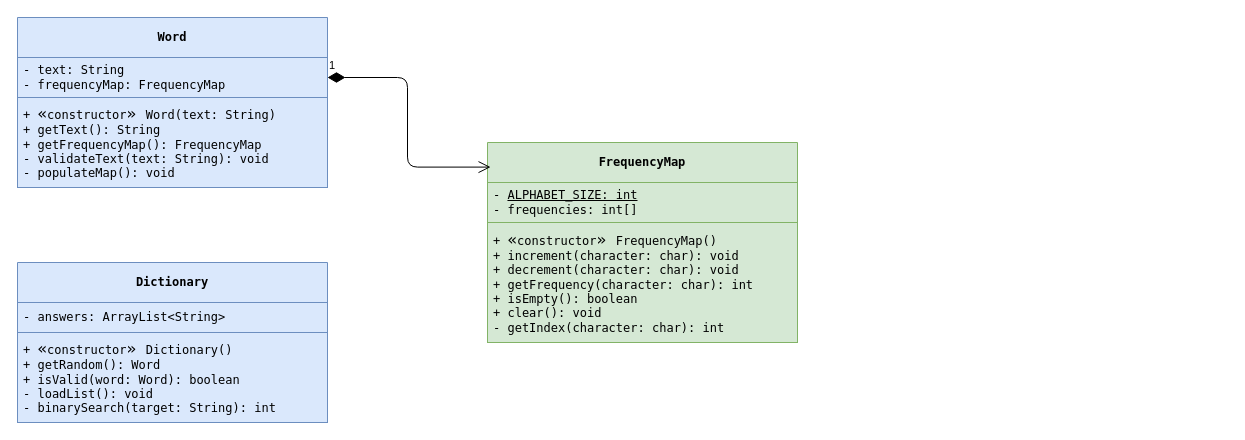
This is assets/wordle-class-diagram.drawio from actuallyhollow/basic-wordle-java, a draw.io file, before an edit. Source tidied: cells renumbered, new cells numbered last; positions are measured from the earlier drawing's top-left corner, leaving out a move shared by most shapes. Both pictures are drawn from the tidied source at 100%, with x=0, y=0 at pixel (17, 17).
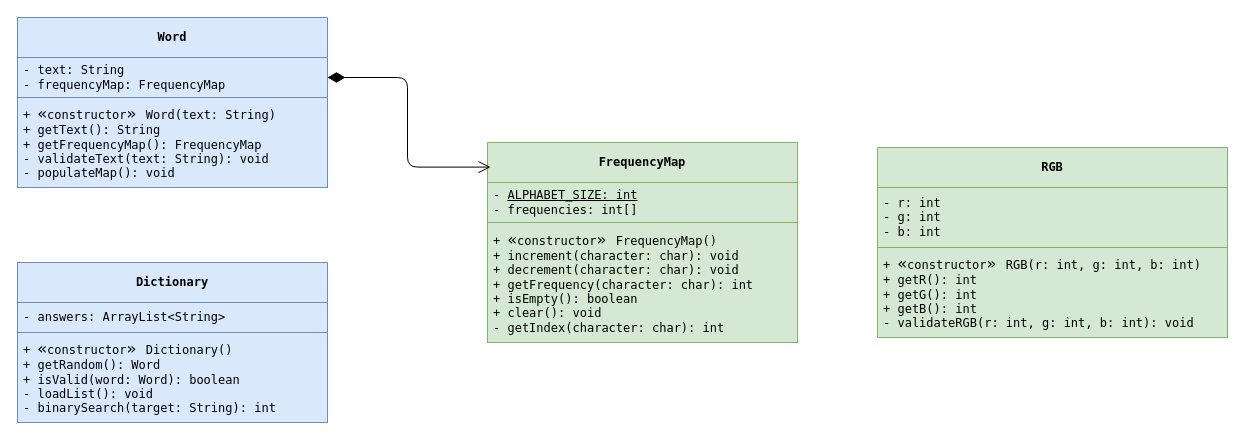
After the change.

Commit message (it also covers changes not shown here):
docs: update README and UML for RGB

* Update README file tree to include RGB and its test suite.
* Expand UML class diagram to detail RGB architecture.
* Export new SVG image to ensure visual assets reflect latest changes.
* Remove stray "1" at the Word-FrequencyMap composition's diamond tip.

Change to the diagram source:
```diff
@@
 <mxGraphModel>
   <root>
     <mxCell id="0" />
     <mxCell id="1" parent="0" />
     <mxCell id="2" value="&lt;div&gt;&lt;span style=&quot;background-color: transparent;&quot;&gt;&lt;font style=&quot;&quot; face=&quot;Menlo, Monaco, 'Courier New', monospace&quot;&gt;FrequencyMap&lt;/font&gt;&lt;/span&gt;&lt;/div&gt;" style="swimlane;fontStyle=1;align=center;verticalAlign=middle;horizontal=1;startSize=40;whiteSpace=wrap;html=1;fillColor=#d5e8d4;strokeColor=#82b366;fontColor=light-dark(#000000,#FFFFFF);" parent="1" vertex="1">
       <mxGeometry x="470" y="125" width="310" height="200" as="geometry" />
     </mxCell>
     <mxCell id="3" value="&lt;div&gt;&lt;font face=&quot;Menlo, Monaco, 'Courier New', monospace&quot;&gt;- &lt;u&gt;ALPHABET_SIZE: int&lt;/u&gt;&lt;/font&gt;&lt;/div&gt;&lt;div&gt;&lt;font face=&quot;Menlo, Monaco, 'Courier New', monospace&quot;&gt;- frequencies: int[]&lt;/font&gt;&lt;/div&gt;" style="text;align=left;verticalAlign=middle;spacingLeft=4;spacingRight=4;overflow=hidden;whiteSpace=wrap;html=1;fillColor=#d5e8d4;strokeColor=#82b366;" parent="2" vertex="1">
       <mxGeometry y="40" width="310" height="40" as="geometry" />
     </mxCell>
     <mxCell id="4" value="&lt;div&gt;+&amp;nbsp;&lt;span style=&quot;background-color: transparent; scrollbar-color: rgb(75, 75, 75) rgb(27, 29, 30); font-size: medium; caret-color: rgb(0, 0, 0);&quot;&gt;«&lt;/span&gt;&lt;span style=&quot;background-color: transparent; scrollbar-color: rgb(75, 75, 75) rgb(27, 29, 30); text-align: center;&quot;&gt;constructor&lt;/span&gt;&lt;span style=&quot;background-color: transparent; scrollbar-color: rgb(75, 75, 75) rgb(27, 29, 30); font-size: medium; caret-color: rgb(0, 0, 0);&quot;&gt;&lt;font face=&quot;Menlo, Monaco, 'Courier New', monospace&quot;&gt;»&amp;nbsp;&lt;/font&gt;&lt;/span&gt;&lt;span style=&quot;background-color: transparent;&quot;&gt;FrequencyMap()&lt;/span&gt;&lt;/div&gt;&lt;div&gt;&lt;span style=&quot;background-color: transparent;&quot;&gt;+ increment(character: char): void&lt;/span&gt;&lt;/div&gt;&lt;div&gt;&lt;div style=&quot;scrollbar-color: rgb(75, 75, 75) rgb(27, 29, 30);&quot;&gt;&lt;span style=&quot;scrollbar-color: rgb(75, 75, 75) rgb(27, 29, 30); background-color: transparent;&quot;&gt;+ decrement(character: char): void&lt;/span&gt;&lt;/div&gt;&lt;div style=&quot;scrollbar-color: rgb(75, 75, 75) rgb(27, 29, 30);&quot;&gt;&lt;span style=&quot;scrollbar-color: rgb(75, 75, 75) rgb(27, 29, 30);&quot;&gt;&lt;/span&gt;&lt;/div&gt;&lt;/div&gt;&lt;div style=&quot;scrollbar-color: rgb(75, 75, 75) rgb(27, 29, 30);&quot;&gt;&lt;span style=&quot;scrollbar-color: rgb(75, 75, 75) rgb(27, 29, 30);&quot;&gt;&lt;div style=&quot;scrollbar-color: rgb(75, 75, 75) rgb(27, 29, 30);&quot;&gt;&lt;span style=&quot;background-color: transparent;&quot;&gt;+ getFrequency(&lt;/span&gt;&lt;span style=&quot;background-color: transparent;&quot;&gt;character: char&lt;/span&gt;&lt;span style=&quot;background-color: transparent;&quot;&gt;): int&lt;/span&gt;&lt;/div&gt;&lt;div style=&quot;scrollbar-color: rgb(75, 75, 75) rgb(27, 29, 30);&quot;&gt;&lt;span style=&quot;scrollbar-color: rgb(75, 75, 75) rgb(27, 29, 30);&quot;&gt;&lt;div style=&quot;scrollbar-color: rgb(75, 75, 75) rgb(27, 29, 30);&quot;&gt;&lt;/div&gt;&lt;/span&gt;&lt;/div&gt;&lt;div style=&quot;scrollbar-color: rgb(75, 75, 75) rgb(27, 29, 30);&quot;&gt;&lt;/div&gt;&lt;/span&gt;&lt;/div&gt;&lt;div&gt;&lt;span style=&quot;scrollbar-color: rgb(75, 75, 75) rgb(27, 29, 30);&quot;&gt;+ isEmpty(): boolean&lt;/span&gt;&lt;/div&gt;&lt;div&gt;&lt;span style=&quot;scrollbar-color: rgb(75, 75, 75) rgb(27, 29, 30);&quot;&gt;+ clear(): void&lt;/span&gt;&lt;/div&gt;&lt;div&gt;&lt;span style=&quot;scrollbar-color: rgb(75, 75, 75) rgb(27, 29, 30);&quot;&gt;- getIndex(&lt;/span&gt;&lt;span style=&quot;background-color: transparent;&quot;&gt;character: char): int&lt;/span&gt;&lt;/div&gt;" style="text;align=left;verticalAlign=middle;spacingLeft=4;spacingRight=4;overflow=hidden;whiteSpace=wrap;html=1;fontFamily=Menlo, Monaco, 'Courier New', monospace;fillColor=#d5e8d4;strokeColor=#82b366;" parent="2" vertex="1">
       <mxGeometry y="80" width="310" height="120" as="geometry" />
     </mxCell>
     <mxCell id="5" value="&lt;div&gt;&lt;span style=&quot;background-color: transparent;&quot;&gt;&lt;font style=&quot;&quot; face=&quot;Menlo, Monaco, 'Courier New', monospace&quot;&gt;Word&lt;/font&gt;&lt;/span&gt;&lt;/div&gt;" style="swimlane;fontStyle=1;align=center;verticalAlign=middle;horizontal=1;startSize=40;whiteSpace=wrap;html=1;fillColor=#dae8fc;strokeColor=#6c8ebf;" parent="1" vertex="1">
       <mxGeometry width="310" height="170" as="geometry" />
     </mxCell>
     <mxCell id="6" value="&lt;div&gt;&lt;font face=&quot;Menlo, Monaco, 'Courier New', monospace&quot;&gt;- text: String&lt;/font&gt;&lt;/div&gt;&lt;div&gt;&lt;font face=&quot;Menlo, Monaco, 'Courier New', monospace&quot;&gt;- frequencyMap: FrequencyMap&lt;/font&gt;&lt;/div&gt;" style="text;align=left;verticalAlign=middle;spacingLeft=4;spacingRight=4;overflow=hidden;points=[[0,0.5],[1,0.5]];portConstraint=eastwest;whiteSpace=wrap;html=1;fillColor=#dae8fc;strokeColor=#6c8ebf;" parent="5" vertex="1">
       <mxGeometry y="40" width="310" height="40" as="geometry" />
     </mxCell>
     <mxCell id="7" value="&lt;div&gt;+&amp;nbsp;&lt;span style=&quot;background-color: transparent; scrollbar-color: rgb(75, 75, 75) rgb(27, 29, 30); font-size: medium; caret-color: rgb(0, 0, 0);&quot;&gt;«&lt;/span&gt;&lt;span style=&quot;background-color: transparent; scrollbar-color: rgb(75, 75, 75) rgb(27, 29, 30); text-align: center;&quot;&gt;constructor&lt;/span&gt;&lt;span style=&quot;background-color: transparent; scrollbar-color: rgb(75, 75, 75) rgb(27, 29, 30); font-size: medium; caret-color: rgb(0, 0, 0);&quot;&gt;&lt;font face=&quot;Menlo, Monaco, 'Courier New', monospace&quot;&gt;»&amp;nbsp;&lt;/font&gt;&lt;/span&gt;&lt;span style=&quot;background-color: transparent;&quot;&gt;Word(text: String)&lt;/span&gt;&lt;/div&gt;&lt;div&gt;&lt;span style=&quot;background-color: transparent;&quot;&gt;+ getText(): String&lt;/span&gt;&lt;/div&gt;&lt;div&gt;&lt;span style=&quot;background-color: transparent;&quot;&gt;+ getFrequencyMap(): FrequencyMap&lt;/span&gt;&lt;/div&gt;&lt;div&gt;&lt;span style=&quot;background-color: transparent;&quot;&gt;- validateText(text: String): void&lt;/span&gt;&lt;/div&gt;&lt;div&gt;&lt;span style=&quot;background-color: transparent;&quot;&gt;- populateMap(): void&lt;/span&gt;&lt;/div&gt;" style="text;align=left;verticalAlign=middle;spacingLeft=4;spacingRight=4;overflow=hidden;whiteSpace=wrap;html=1;fontFamily=Menlo, Monaco, 'Courier New', monospace;fillColor=#dae8fc;strokeColor=#6c8ebf;" parent="5" vertex="1">
       <mxGeometry y="80" width="310" height="90" as="geometry" />
     </mxCell>
-    <mxCell id="8" value="1" style="endArrow=open;html=1;endSize=10;startArrow=diamondThin;startSize=15;startFill=1;edgeStyle=orthogonalEdgeStyle;align=left;verticalAlign=bottom;exitX=1;exitY=0.5;exitDx=0;exitDy=0;entryX=0.01;entryY=0.123;entryDx=0;entryDy=0;entryPerimeter=0;" parent="1" edge="1" source="6" target="2">
+    <mxCell id="8" style="endArrow=open;html=1;endSize=10;startArrow=diamondThin;startSize=15;startFill=1;edgeStyle=orthogonalEdgeStyle;align=left;verticalAlign=bottom;exitX=1;exitY=0.5;exitDx=0;exitDy=0;entryX=0.01;entryY=0.123;entryDx=0;entryDy=0;entryPerimeter=0;" parent="1" edge="1" source="6" target="2">
       <mxGeometry x="-1" y="3" relative="1" as="geometry">
         <Array as="points">
           <mxPoint x="390" y="60" />
           <mxPoint x="390" y="150" />
         </Array>
       </mxGeometry>
     </mxCell>
     <mxCell id="9" value="&lt;div&gt;&lt;span style=&quot;background-color: transparent;&quot;&gt;&lt;font style=&quot;&quot; face=&quot;Menlo, Monaco, 'Courier New', monospace&quot;&gt;Dictionary&lt;/font&gt;&lt;/span&gt;&lt;/div&gt;" style="swimlane;fontStyle=1;align=center;verticalAlign=middle;horizontal=1;startSize=40;whiteSpace=wrap;html=1;fillColor=#dae8fc;strokeColor=#6c8ebf;" parent="1" vertex="1">
       <mxGeometry y="245" width="310" height="160" as="geometry" />
     </mxCell>
     <mxCell id="10" value="&lt;div&gt;&lt;font face=&quot;Menlo, Monaco, 'Courier New', monospace&quot;&gt;- answers: ArrayList&amp;lt;String&amp;gt;&lt;/font&gt;&lt;/div&gt;" style="text;align=left;verticalAlign=middle;spacingLeft=4;spacingRight=4;overflow=hidden;whiteSpace=wrap;html=1;fillColor=#dae8fc;strokeColor=#6c8ebf;" parent="9" vertex="1">
       <mxGeometry y="40" width="310" height="30" as="geometry" />
     </mxCell>
     <mxCell id="11" value="&lt;div&gt;+&amp;nbsp;&lt;span style=&quot;background-color: transparent; scrollbar-color: rgb(75, 75, 75) rgb(27, 29, 30); font-size: medium; caret-color: rgb(0, 0, 0);&quot;&gt;«&lt;/span&gt;&lt;span style=&quot;background-color: transparent; scrollbar-color: rgb(75, 75, 75) rgb(27, 29, 30); text-align: center;&quot;&gt;constructor&lt;/span&gt;&lt;span style=&quot;background-color: transparent; scrollbar-color: rgb(75, 75, 75) rgb(27, 29, 30); font-size: medium; caret-color: rgb(0, 0, 0);&quot;&gt;&lt;font face=&quot;Menlo, Monaco, 'Courier New', monospace&quot;&gt;»&amp;nbsp;&lt;/font&gt;&lt;/span&gt;&lt;span style=&quot;background-color: transparent;&quot;&gt;Dictionary()&lt;/span&gt;&lt;/div&gt;&lt;div&gt;&lt;span style=&quot;background-color: transparent;&quot;&gt;+ getRandom(): Word&lt;/span&gt;&lt;/div&gt;&lt;div&gt;&lt;span style=&quot;background-color: transparent;&quot;&gt;+ isValid(word: Word): boolean&lt;/span&gt;&lt;/div&gt;&lt;div&gt;&lt;span style=&quot;background-color: transparent;&quot;&gt;- loadList(): void&lt;/span&gt;&lt;/div&gt;&lt;div&gt;&lt;span style=&quot;background-color: transparent;&quot;&gt;- binarySearch(target: String): int&lt;/span&gt;&lt;/div&gt;" style="text;align=left;verticalAlign=middle;spacingLeft=4;spacingRight=4;overflow=hidden;whiteSpace=wrap;html=1;fontFamily=Menlo, Monaco, 'Courier New', monospace;fillColor=#dae8fc;strokeColor=#6c8ebf;" parent="9" vertex="1">
       <mxGeometry y="70" width="310" height="90" as="geometry" />
     </mxCell>
+    <mxCell id="12" value="&lt;div&gt;&lt;span style=&quot;background-color: transparent;&quot;&gt;&lt;font face=&quot;Menlo, Monaco, 'Courier New', monospace&quot; style=&quot;&quot;&gt;RGB&lt;/font&gt;&lt;/span&gt;&lt;/div&gt;" style="swimlane;fontStyle=1;align=center;verticalAlign=middle;horizontal=1;startSize=40;whiteSpace=wrap;html=1;fillColor=#d5e8d4;strokeColor=#82b366;fontColor=light-dark(#000000,#FFFFFF);" parent="1" vertex="1">
+      <mxGeometry x="860" y="130" width="350" height="190" as="geometry" />
+    </mxCell>
+    <mxCell id="13" value="&lt;div&gt;&lt;font face=&quot;Menlo, Monaco, 'Courier New', monospace&quot;&gt;- r: int&lt;/font&gt;&lt;/div&gt;&lt;div&gt;&lt;font face=&quot;Menlo, Monaco, 'Courier New', monospace&quot;&gt;- g: int&lt;/font&gt;&lt;/div&gt;&lt;div&gt;&lt;font face=&quot;Menlo, Monaco, 'Courier New', monospace&quot;&gt;- b: int&lt;/font&gt;&lt;/div&gt;" style="text;align=left;verticalAlign=middle;spacingLeft=4;spacingRight=4;overflow=hidden;whiteSpace=wrap;html=1;fillColor=#d5e8d4;strokeColor=#82b366;" parent="12" vertex="1">
+      <mxGeometry y="40" width="350" height="60" as="geometry" />
+    </mxCell>
+    <mxCell id="14" value="&lt;div&gt;+&amp;nbsp;&lt;span style=&quot;background-color: transparent; scrollbar-color: rgb(75, 75, 75) rgb(27, 29, 30); font-size: medium; caret-color: rgb(0, 0, 0);&quot;&gt;«&lt;/span&gt;&lt;span style=&quot;background-color: transparent; scrollbar-color: rgb(75, 75, 75) rgb(27, 29, 30); text-align: center;&quot;&gt;constructor&lt;/span&gt;&lt;span style=&quot;background-color: transparent; scrollbar-color: rgb(75, 75, 75) rgb(27, 29, 30); font-size: medium; caret-color: rgb(0, 0, 0);&quot;&gt;&lt;font face=&quot;Menlo, Monaco, 'Courier New', monospace&quot;&gt;»&amp;nbsp;&lt;/font&gt;&lt;/span&gt;&lt;span style=&quot;background-color: transparent;&quot;&gt;RGB(r: int, g: int, b: int)&lt;/span&gt;&lt;/div&gt;&lt;div&gt;&lt;span style=&quot;background-color: transparent;&quot;&gt;+ getR(): int&lt;/span&gt;&lt;/div&gt;&lt;div&gt;&lt;div style=&quot;scrollbar-color: rgb(75, 75, 75) rgb(27, 29, 30);&quot;&gt;&lt;span style=&quot;scrollbar-color: rgb(75, 75, 75) rgb(27, 29, 30); background-color: transparent;&quot;&gt;+ getG(): int&lt;/span&gt;&lt;/div&gt;&lt;div style=&quot;scrollbar-color: rgb(75, 75, 75) rgb(27, 29, 30);&quot;&gt;&lt;span style=&quot;scrollbar-color: rgb(75, 75, 75) rgb(27, 29, 30);&quot;&gt;&lt;/span&gt;&lt;/div&gt;&lt;/div&gt;&lt;div style=&quot;scrollbar-color: rgb(75, 75, 75) rgb(27, 29, 30);&quot;&gt;&lt;span style=&quot;scrollbar-color: rgb(75, 75, 75) rgb(27, 29, 30);&quot;&gt;&lt;div style=&quot;scrollbar-color: rgb(75, 75, 75) rgb(27, 29, 30);&quot;&gt;&lt;span style=&quot;background-color: transparent;&quot;&gt;+ getB(&lt;/span&gt;&lt;span style=&quot;background-color: transparent;&quot;&gt;): int&lt;/span&gt;&lt;/div&gt;&lt;div style=&quot;scrollbar-color: rgb(75, 75, 75) rgb(27, 29, 30);&quot;&gt;&lt;span style=&quot;scrollbar-color: rgb(75, 75, 75) rgb(27, 29, 30);&quot;&gt;&lt;div style=&quot;scrollbar-color: rgb(75, 75, 75) rgb(27, 29, 30);&quot;&gt;&lt;/div&gt;&lt;/span&gt;&lt;/div&gt;&lt;div style=&quot;scrollbar-color: rgb(75, 75, 75) rgb(27, 29, 30);&quot;&gt;&lt;/div&gt;&lt;/span&gt;&lt;/div&gt;&lt;div&gt;&lt;span style=&quot;background-color: transparent; scrollbar-color: rgb(75, 75, 75) rgb(27, 29, 30);&quot;&gt;- validateRGB(&lt;/span&gt;&lt;span style=&quot;&quot;&gt;r: int, g: int, b: int&lt;/span&gt;&lt;span style=&quot;background-color: transparent;&quot;&gt;): void&lt;/span&gt;&lt;/div&gt;" style="text;align=left;verticalAlign=middle;spacingLeft=4;spacingRight=4;overflow=hidden;whiteSpace=wrap;html=1;fontFamily=Menlo, Monaco, 'Courier New', monospace;fillColor=#d5e8d4;strokeColor=#82b366;fontColor=default;" parent="12" vertex="1">
+      <mxGeometry y="100" width="350" height="90" as="geometry" />
+    </mxCell>
   </root>
 </mxGraphModel>
```
